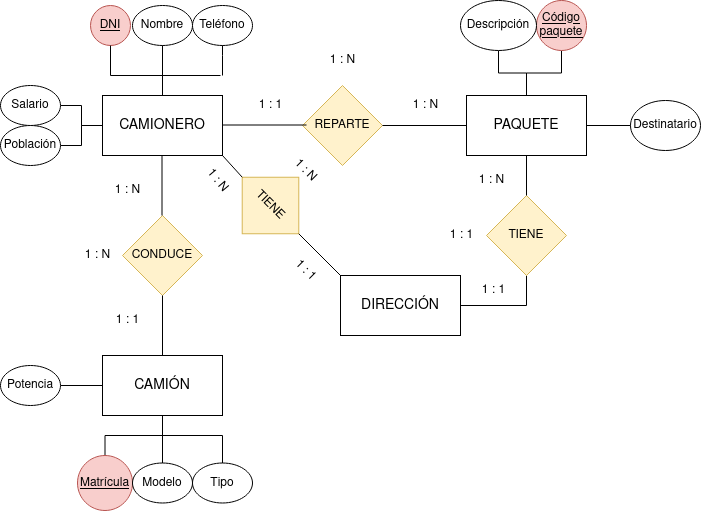
IsaiasTolP/Base-Datos keeps this draw.io diagram as Unidad-2/Tareas/Tarea-4/images/Diagrama-4.drawio.png. Above is the earlier version. Source tidied: cells renumbered, new cells last; positions are measured from the earlier drawing's top-left corner, leaving out a move shared by most shapes.
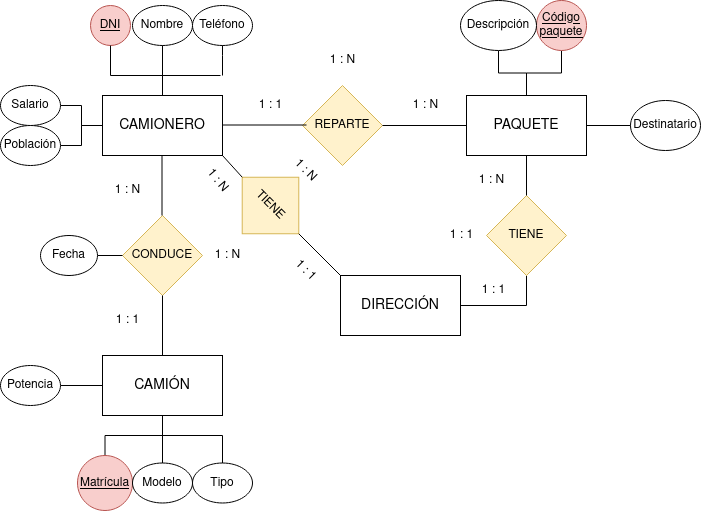
After the commit.

Diff of the diagram source:
```diff
@@ -175,7 +175,7 @@
       <mxGeometry x="102" y="175" width="50" height="30" as="geometry" />
     </mxCell>
     <mxCell id="49" value="1 : N" style="text;html=1;align=center;verticalAlign=middle;strokeColor=none;fillColor=none;" parent="1" vertex="1">
-      <mxGeometry x="72" y="240" width="50" height="30" as="geometry" />
+      <mxGeometry x="202" y="240" width="50" height="30" as="geometry" />
     </mxCell>
     <mxCell id="50" value="1 : 1" style="text;html=1;align=center;verticalAlign=middle;strokeColor=none;fillColor=none;" parent="1" vertex="1">
       <mxGeometry x="245" y="90" width="50" height="30" as="geometry" />
@@ -195,5 +195,11 @@
     <mxCell id="55" value="1 : N" style="text;html=1;align=center;verticalAlign=middle;strokeColor=none;fillColor=none;rotation=45;" parent="1" vertex="1">
       <mxGeometry x="280" y="155" width="50" height="30" as="geometry" />
     </mxCell>
+    <mxCell id="56" style="edgeStyle=orthogonalEdgeStyle;rounded=0;jettySize=auto;html=1;exitX=1;exitY=0.5;exitDx=0;exitDy=0;entryX=0;entryY=0.5;entryDx=0;entryDy=0;endArrow=none;endFill=0;" parent="1" edge="1" source="57" target="8">
+      <mxGeometry relative="1" as="geometry" />
+    </mxCell>
+    <mxCell id="57" value="Fecha" style="ellipse;whiteSpace=wrap;html=1;" parent="1" vertex="1">
+      <mxGeometry x="40" y="235" width="57" height="40" as="geometry" />
+    </mxCell>
   </root>
 </mxGraphModel>
```
